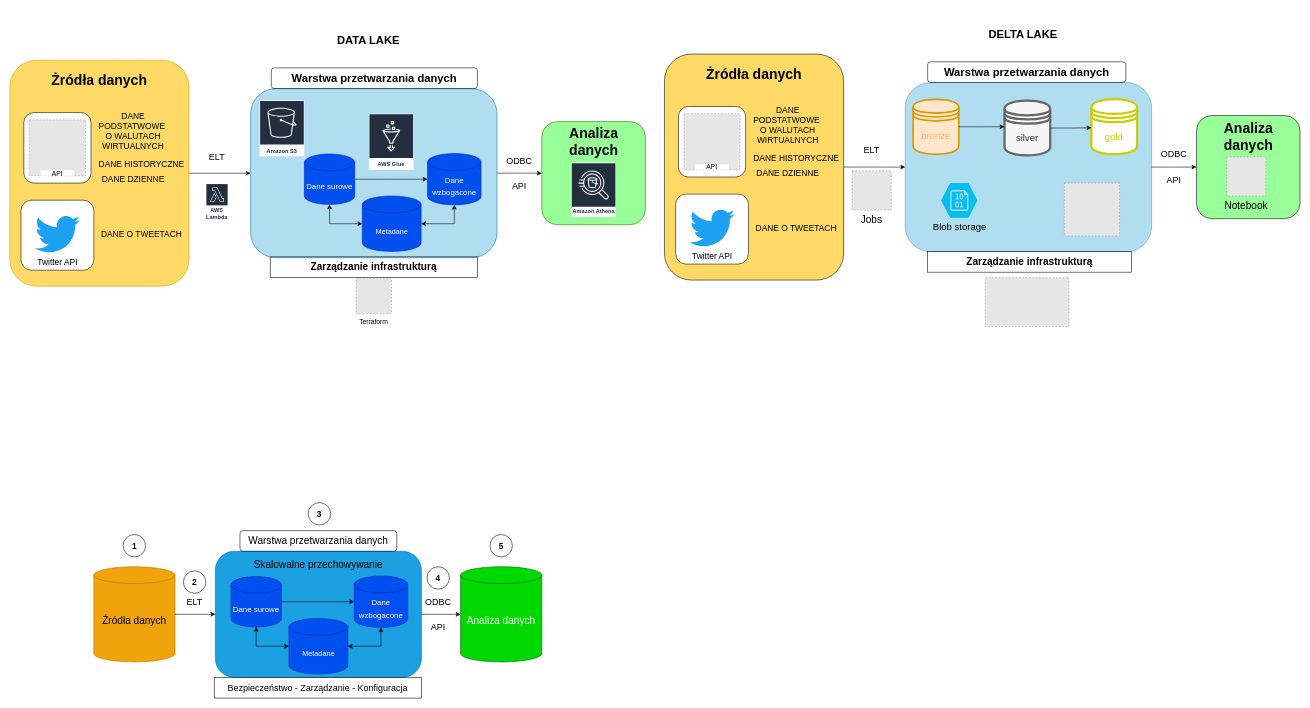
The draw.io diagram diagram/new_diagram.drawio in kosmobiker/ud108519_praca_magisterska, before the edit. Source tidied: cells renumbered, new cells numbered last; positions are measured from the earlier drawing's top-left corner, leaving out a move shared by most shapes. Both pictures are drawn from the tidied source at 56%, with x=0, y=0 at pixel (10, 20). Pictures stored in the file or linked from it are replaced by grey dashed boxes.
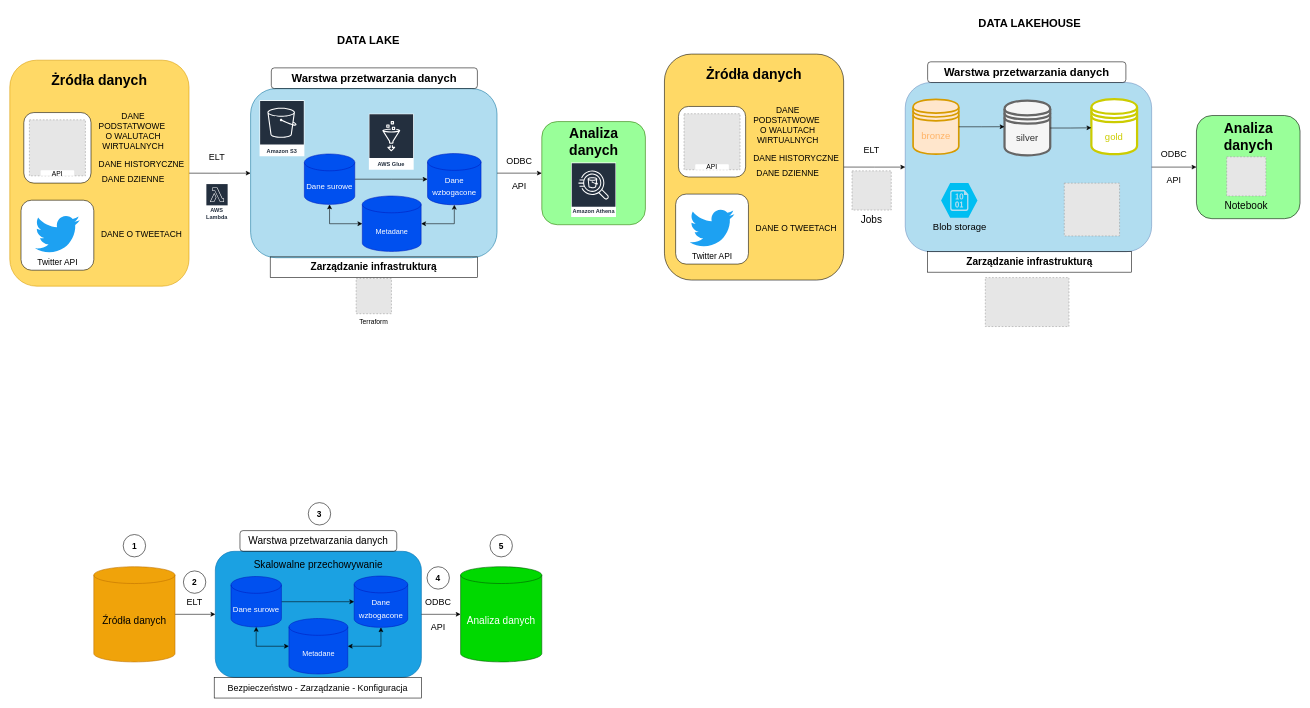
Above is the later version.

Diff of the diagram source:
```diff
@@
-    <mxCell id="63" value="&lt;b&gt;DELTA LAKE&lt;/b&gt;" style="text;html=1;strokeColor=none;fillColor=none;align=center;verticalAlign=middle;whiteSpace=wrap;rounded=0;fontSize=20;" parent="1" vertex="1">
-      <mxGeometry x="1742" y="0.1" width="135" height="45" as="geometry" />
+    <mxCell id="63" value="&lt;b&gt;DATA LAKEHOUSE&lt;/b&gt;" style="text;html=1;strokeColor=none;fillColor=none;align=center;verticalAlign=middle;whiteSpace=wrap;rounded=0;fontSize=20;" parent="1" vertex="1">
+      <mxGeometry x="1710.5" y="-19" width="221" height="45" as="geometry" />
     </mxCell>
```
